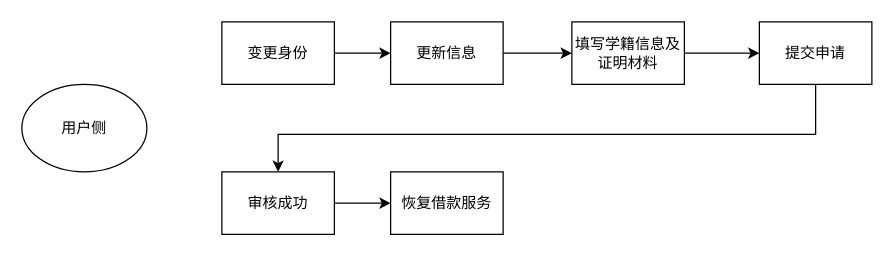
Earlier version of the draw.io diagram page "Page-2" (2 of 2) of studentModle.drawio (CaoLimingECJTU/gitskills). Source tidied: cells renumbered, new cells numbered last; positions are measured from the earlier drawing's top-left corner, leaving out a move shared by most shapes. Both pictures are drawn from the tidied source at 125%, with x=0, y=0 at pixel (21, 21).
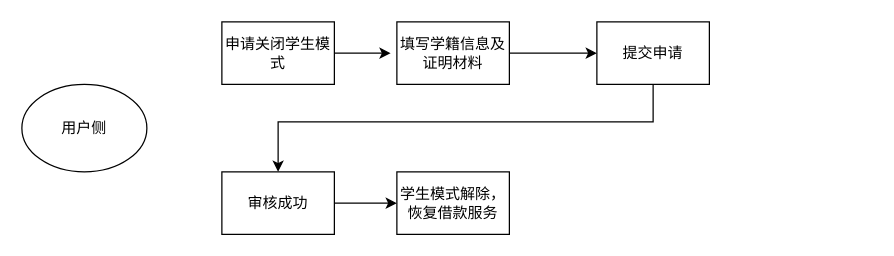
The same diagram, later.

The edit, as a diff of the source:
```diff
@@
 <mxGraphModel>
   <root>
     <mxCell id="0" />
     <mxCell id="1" parent="0" />
     <mxCell id="2" value="用户侧" style="ellipse;whiteSpace=wrap;html=1;" parent="1" vertex="1">
       <mxGeometry y="50" width="100" height="70" as="geometry" />
     </mxCell>
-    <mxCell id="3" style="edgeStyle=orthogonalEdgeStyle;rounded=0;jettySize=auto;html=1;exitX=1;exitY=0.5;exitDx=0;exitDy=0;" parent="1" edge="1" source="4" target="6">
-      <mxGeometry relative="1" as="geometry" />
+    <mxCell id="3" style="edgeStyle=orthogonalEdgeStyle;rounded=0;jettySize=auto;html=1;exitX=1;exitY=0.5;exitDx=0;exitDy=0;" parent="1" edge="1" source="4">
+      <mxGeometry relative="1" as="geometry">
+        <mxPoint x="295" y="25" as="targetPoint" />
+      </mxGeometry>
     </mxCell>
-    <mxCell id="4" value="变更身份" style="rounded=0;whiteSpace=wrap;html=1;" parent="1" vertex="1">
+    <mxCell id="4" value="申请关闭学生模式" style="rounded=0;whiteSpace=wrap;html=1;" parent="1" vertex="1">
       <mxGeometry x="160" width="90" height="50" as="geometry" />
     </mxCell>
-    <mxCell id="5" style="edgeStyle=orthogonalEdgeStyle;rounded=0;jettySize=auto;html=1;entryX=0;entryY=0.5;entryDx=0;entryDy=0;" parent="1" edge="1" source="6" target="8">
-      <mxGeometry relative="1" as="geometry" />
-    </mxCell>
-    <mxCell id="6" value="更新信息" style="rounded=0;whiteSpace=wrap;html=1;" parent="1" vertex="1">
-      <mxGeometry x="295" width="90" height="50" as="geometry" />
-    </mxCell>
     <mxCell id="7" style="edgeStyle=orthogonalEdgeStyle;rounded=0;jettySize=auto;html=1;entryX=0;entryY=0.5;entryDx=0;entryDy=0;" parent="1" edge="1" source="8" target="10">
       <mxGeometry relative="1" as="geometry" />
     </mxCell>
     <mxCell id="8" value="填写学籍信息及证明材料" style="rounded=0;whiteSpace=wrap;html=1;" parent="1" vertex="1">
-      <mxGeometry x="440" width="90" height="50" as="geometry" />
+      <mxGeometry x="300" width="90" height="50" as="geometry" />
     </mxCell>
-    <mxCell id="9" style="edgeStyle=orthogonalEdgeStyle;rounded=0;jettySize=auto;html=1;" parent="1" edge="1" source="10" target="12">
+    <mxCell id="9" style="edgeStyle=orthogonalEdgeStyle;rounded=0;jettySize=auto;html=1;exitX=0.5;exitY=1;exitDx=0;exitDy=0;" parent="1" edge="1" source="10" target="12">
       <mxGeometry relative="1" as="geometry">
         <Array as="points">
-          <mxPoint x="635" y="90" />
-          <mxPoint x="205" y="90" />
+          <mxPoint x="505" y="80" />
+          <mxPoint x="205" y="80" />
         </Array>
       </mxGeometry>
     </mxCell>
     <mxCell id="10" value="提交申请" style="rounded=0;whiteSpace=wrap;html=1;" parent="1" vertex="1">
-      <mxGeometry x="590" width="90" height="50" as="geometry" />
+      <mxGeometry x="460" width="90" height="50" as="geometry" />
     </mxCell>
     <mxCell id="11" style="edgeStyle=orthogonalEdgeStyle;rounded=0;jettySize=auto;html=1;entryX=0;entryY=0.5;entryDx=0;entryDy=0;" parent="1" edge="1" source="12" target="13">
       <mxGeometry relative="1" as="geometry" />
     </mxCell>
     <mxCell id="12" value="审核成功" style="rounded=0;whiteSpace=wrap;html=1;" parent="1" vertex="1">
       <mxGeometry x="160" y="120" width="90" height="50" as="geometry" />
     </mxCell>
-    <mxCell id="13" value="恢复借款服务" style="rounded=0;whiteSpace=wrap;html=1;" parent="1" vertex="1">
-      <mxGeometry x="295" y="120" width="90" height="50" as="geometry" />
+    <mxCell id="13" value="学生模式解除，恢复借款服务" style="rounded=0;whiteSpace=wrap;html=1;" parent="1" vertex="1">
+      <mxGeometry x="300" y="120" width="90" height="50" as="geometry" />
     </mxCell>
   </root>
 </mxGraphModel>
```
